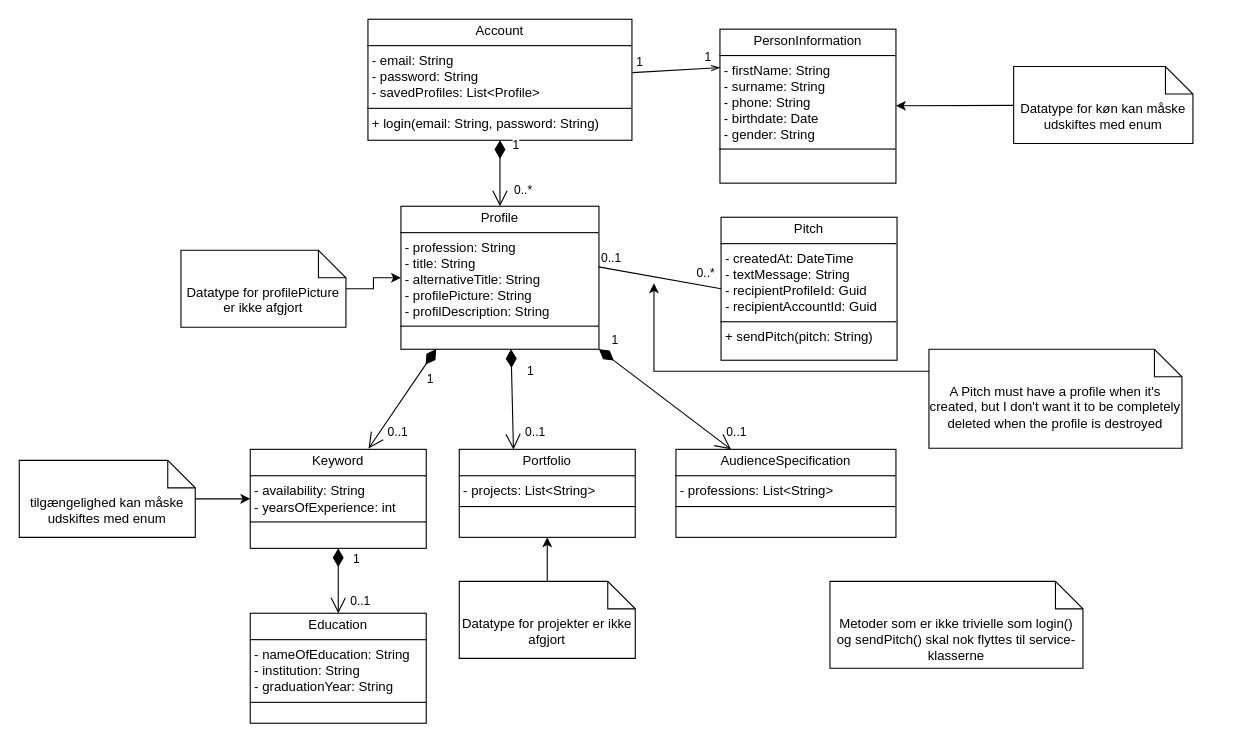
The draw.io diagram Dokumenter/Bilag/1. Forundersøgelse/Design klassediagram - EN.drawio in erikato-git/Hovedopgaven_LinkUp, before the edit. Source tidied: cells renumbered, new cells numbered last; positions are measured from the earlier drawing's top-left corner, leaving out a move shared by most shapes. Both pictures are drawn from the tidied source at 110%, with x=0, y=0 at pixel (19, 19).
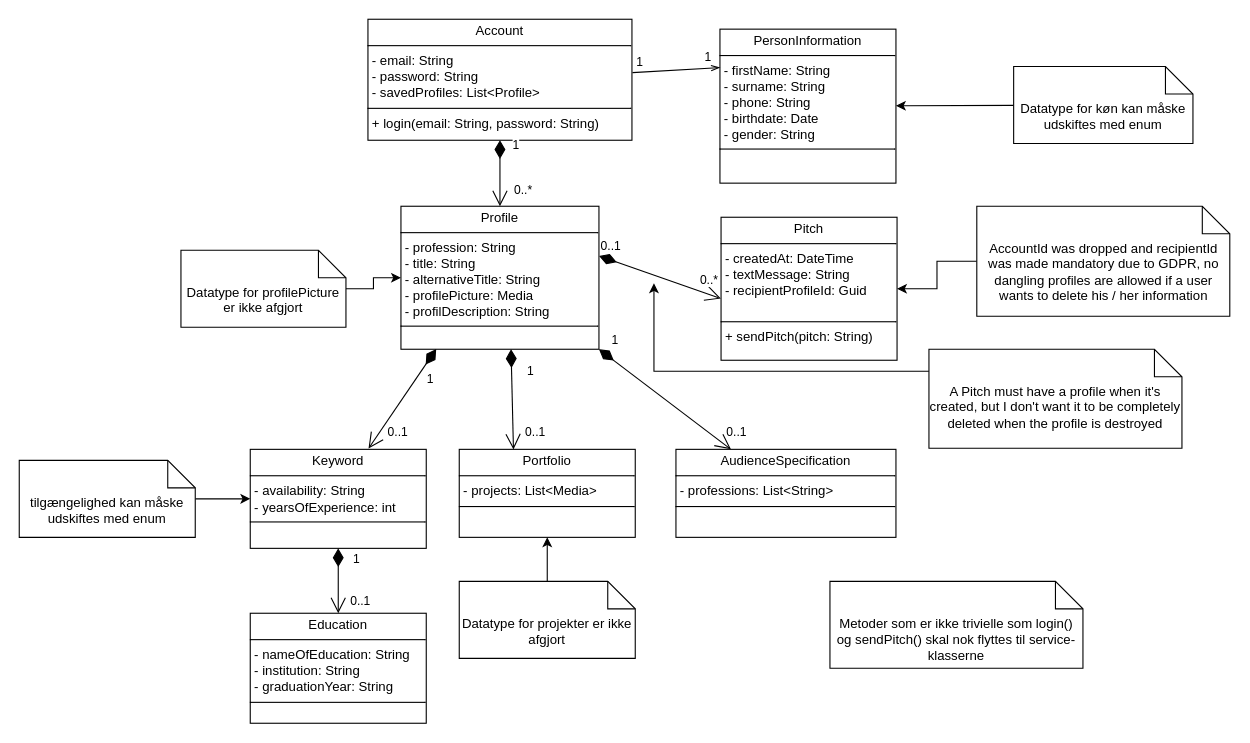
The same diagram, later.

What changed in the source:
```diff
@@
-    <mxCell id="5" value="&lt;p style=&quot;margin:0px;margin-top:4px;text-align:center;&quot;&gt;Profile&lt;/p&gt;&lt;hr size=&quot;1&quot; style=&quot;border-style:solid;&quot;&gt;&lt;p style=&quot;margin:0px;margin-left:4px;&quot;&gt;- profession: String&lt;br&gt;- title: String&lt;/p&gt;&lt;p style=&quot;margin:0px;margin-left:4px;&quot;&gt;- alternativeTitle: String&lt;/p&gt;&lt;p style=&quot;margin:0px;margin-left:4px;&quot;&gt;- profilePicture: String&lt;/p&gt;&lt;p style=&quot;margin:0px;margin-left:4px;&quot;&gt;- profilDescription: String&lt;/p&gt;&lt;hr size=&quot;1&quot; style=&quot;border-style:solid;&quot;&gt;&lt;p style=&quot;margin:0px;margin-left:4px;&quot;&gt;&lt;br&gt;&lt;/p&gt;" style="verticalAlign=top;align=left;overflow=fill;html=1;whiteSpace=wrap;" parent="1" vertex="1">
+    <mxCell id="5" value="&lt;p style=&quot;margin:0px;margin-top:4px;text-align:center;&quot;&gt;Profile&lt;/p&gt;&lt;hr size=&quot;1&quot; style=&quot;border-style:solid;&quot;&gt;&lt;p style=&quot;margin:0px;margin-left:4px;&quot;&gt;- profession: String&lt;br&gt;- title: String&lt;/p&gt;&lt;p style=&quot;margin:0px;margin-left:4px;&quot;&gt;- alternativeTitle: String&lt;/p&gt;&lt;p style=&quot;margin:0px;margin-left:4px;&quot;&gt;- profilePicture: Media&lt;/p&gt;&lt;p style=&quot;margin:0px;margin-left:4px;&quot;&gt;- profilDescription: String&lt;/p&gt;&lt;hr size=&quot;1&quot; style=&quot;border-style:solid;&quot;&gt;&lt;p style=&quot;margin:0px;margin-left:4px;&quot;&gt;&lt;br&gt;&lt;/p&gt;" style="verticalAlign=top;align=left;overflow=fill;html=1;whiteSpace=wrap;" parent="1" vertex="1">
       <mxGeometry x="347" y="170" width="180" height="130" as="geometry" />
     </mxCell>
@@
-    <mxCell id="14" value="&lt;p style=&quot;margin:0px;margin-top:4px;text-align:center;&quot;&gt;Pitch&lt;/p&gt;&lt;hr size=&quot;1&quot; style=&quot;border-style:solid;&quot;&gt;&lt;p style=&quot;margin:0px;margin-left:4px;&quot;&gt;- createdAt: DateTime&lt;br&gt;&lt;/p&gt;&lt;p style=&quot;margin:0px;margin-left:4px;&quot;&gt;- textMessage: String&lt;/p&gt;&lt;p style=&quot;margin:0px;margin-left:4px;&quot;&gt;- recipientProfileId: Guid&lt;/p&gt;&lt;p style=&quot;margin:0px;margin-left:4px;&quot;&gt;- recipientAccountId: Guid&lt;/p&gt;&lt;hr size=&quot;1&quot; style=&quot;border-style:solid;&quot;&gt;&lt;p style=&quot;margin:0px;margin-left:4px;&quot;&gt;+ sendPitch(pitch: String)&lt;/p&gt;" style="verticalAlign=top;align=left;overflow=fill;html=1;whiteSpace=wrap;" parent="1" vertex="1">
+    <mxCell id="14" value="&lt;p style=&quot;margin:0px;margin-top:4px;text-align:center;&quot;&gt;Pitch&lt;/p&gt;&lt;hr size=&quot;1&quot; style=&quot;border-style:solid;&quot;&gt;&lt;p style=&quot;margin:0px;margin-left:4px;&quot;&gt;- createdAt: DateTime&lt;br&gt;&lt;/p&gt;&lt;p style=&quot;margin:0px;margin-left:4px;&quot;&gt;- textMessage: String&lt;/p&gt;&lt;p style=&quot;margin:0px;margin-left:4px;&quot;&gt;- recipientProfileId: Guid&lt;/p&gt;&lt;p style=&quot;margin:0px;margin-left:4px;&quot;&gt;&lt;br&gt;&lt;/p&gt;&lt;hr size=&quot;1&quot; style=&quot;border-style:solid;&quot;&gt;&lt;p style=&quot;margin:0px;margin-left:4px;&quot;&gt;+ sendPitch(pitch: String)&lt;/p&gt;" style="verticalAlign=top;align=left;overflow=fill;html=1;whiteSpace=wrap;" parent="1" vertex="1">
       <mxGeometry x="638" y="180" width="160" height="130" as="geometry" />
     </mxCell>
-    <mxCell id="15" style="html=1;endArrow=none;elbow=vertical;rounded=0;exitX=0.998;exitY=0.424;exitDx=0;exitDy=0;exitPerimeter=0;entryX=0;entryY=0.5;entryDx=0;entryDy=0;" parent="1" edge="1" source="5" target="14">
-      <mxGeometry relative="1" as="geometry" />
-    </mxCell>
-    <mxCell id="16" value="0..*" style="edgeLabel;html=1;align=center;verticalAlign=middle;" parent="15" vertex="1">
-      <mxGeometry x="0.78" y="-1" relative="1" as="geometry">
-        <mxPoint x="-2" y="-13" as="offset" />
-      </mxGeometry>
-    </mxCell>
-    <mxCell id="17" value="0..1" style="edgeLabel;html=1;align=center;verticalAlign=middle;" parent="15" vertex="1">
-      <mxGeometry x="-0.74" y="1" relative="1" as="geometry">
-        <mxPoint x="-4" y="-10" as="offset" />
-      </mxGeometry>
-    </mxCell>
@@
-    <mxCell id="21" value="&lt;p style=&quot;margin:0px;margin-top:4px;text-align:center;&quot;&gt;Portfolio&lt;/p&gt;&lt;hr size=&quot;1&quot; style=&quot;border-style:solid;&quot;&gt;&lt;p style=&quot;margin:0px;margin-left:4px;&quot;&gt;- projects: List&amp;lt;String&amp;gt;&lt;/p&gt;&lt;hr size=&quot;1&quot; style=&quot;border-style:solid;&quot;&gt;&lt;p style=&quot;margin:0px;margin-left:4px;&quot;&gt;&lt;br&gt;&lt;/p&gt;" style="verticalAlign=top;align=left;overflow=fill;html=1;whiteSpace=wrap;" parent="1" vertex="1">
+    <mxCell id="21" value="&lt;p style=&quot;margin:0px;margin-top:4px;text-align:center;&quot;&gt;Portfolio&lt;/p&gt;&lt;hr size=&quot;1&quot; style=&quot;border-style:solid;&quot;&gt;&lt;p style=&quot;margin:0px;margin-left:4px;&quot;&gt;- projects: List&amp;lt;Media&amp;gt;&lt;/p&gt;&lt;hr size=&quot;1&quot; style=&quot;border-style:solid;&quot;&gt;&lt;p style=&quot;margin:0px;margin-left:4px;&quot;&gt;&lt;br&gt;&lt;/p&gt;" style="verticalAlign=top;align=left;overflow=fill;html=1;whiteSpace=wrap;" parent="1" vertex="1">
       <mxGeometry x="400" y="391" width="160" height="80" as="geometry" />
     </mxCell>
@@
+    <mxCell id="17" value="0..1" style="endArrow=open;html=1;endSize=12;startArrow=diamondThin;startSize=14;startFill=1;align=left;verticalAlign=bottom;rounded=0;entryX=-0.001;entryY=0.569;entryDx=0;entryDy=0;exitX=1.001;exitY=0.348;exitDx=0;exitDy=0;exitPerimeter=0;entryPerimeter=0;" parent="1" edge="1" source="5" target="14">
+      <mxGeometry x="-1" relative="1" as="geometry" />
+    </mxCell>
+    <mxCell id="16" value="0..*" style="edgeLabel;html=1;align=center;verticalAlign=middle;" parent="17" vertex="1">
+      <mxGeometry x="0.76" y="1" relative="1" as="geometry">
+        <mxPoint x="2" y="-12" as="offset" />
+      </mxGeometry>
+    </mxCell>
+    <mxCell id="37" style="edgeStyle=orthogonalEdgeStyle;rounded=0;jettySize=auto;html=1;" parent="1" edge="1" source="38" target="14">
+      <mxGeometry relative="1" as="geometry" />
+    </mxCell>
+    <mxCell id="38" value="AccountId was dropped and recipientId was made mandatory due to GDPR, no dangling profiles are allowed if a user wants to delete his / her information" style="shape=note2;boundedLbl=1;whiteSpace=wrap;html=1;size=25;verticalAlign=top;align=center;" parent="1" vertex="1">
+      <mxGeometry x="870.5" y="170" width="230" height="100" as="geometry" />
+    </mxCell>
```
